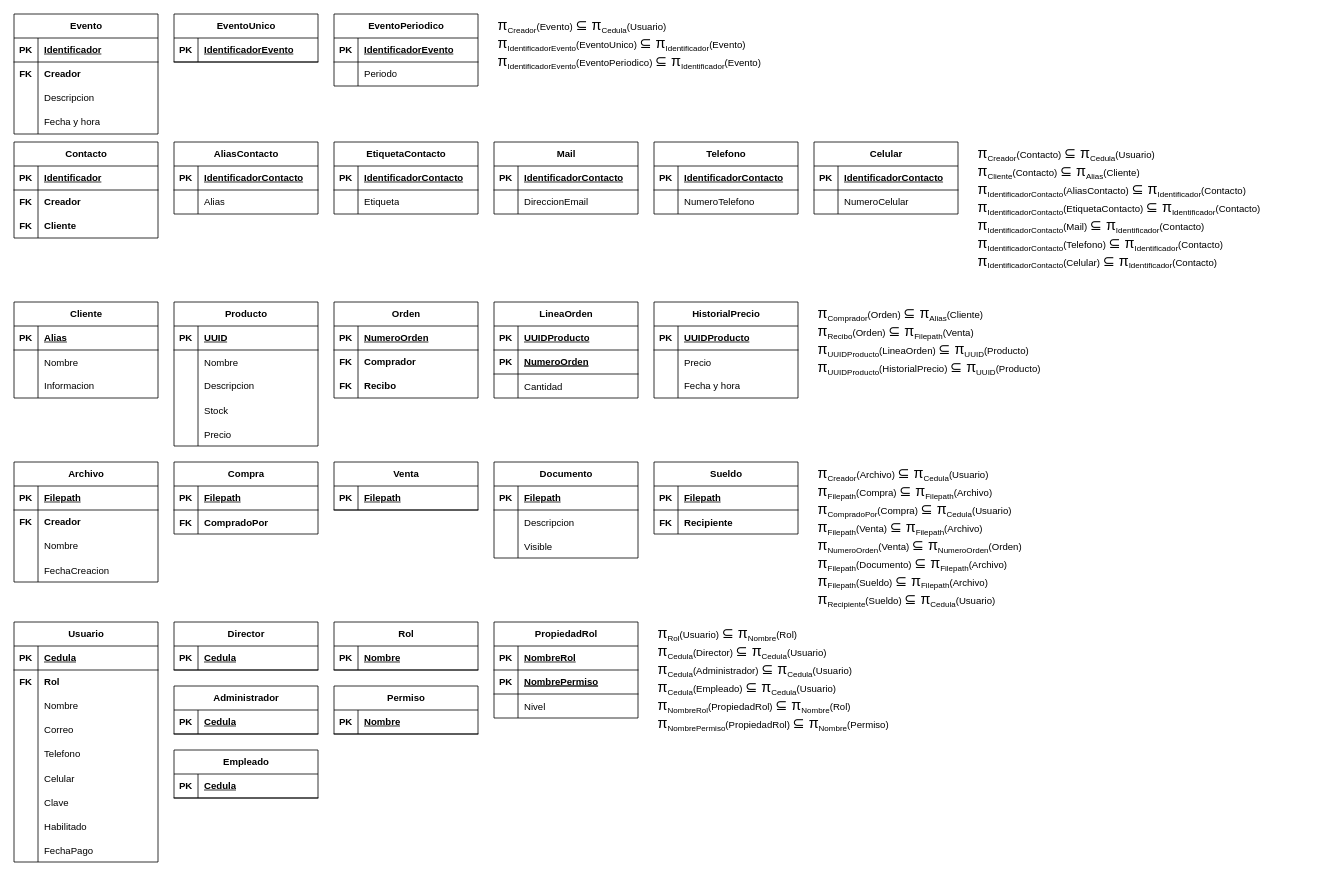
Above: page "MR" (2 of 3) of LBBAS.drawio in Luningor/administracion-empresa (draw.io), before the change. Source tidied: cells renumbered, new cells numbered last; positions are measured from the earlier drawing's top-left corner, leaving out a move shared by most shapes. Both pictures are drawn from the tidied source at 80%, with x=0, y=0 at pixel (14, 14).
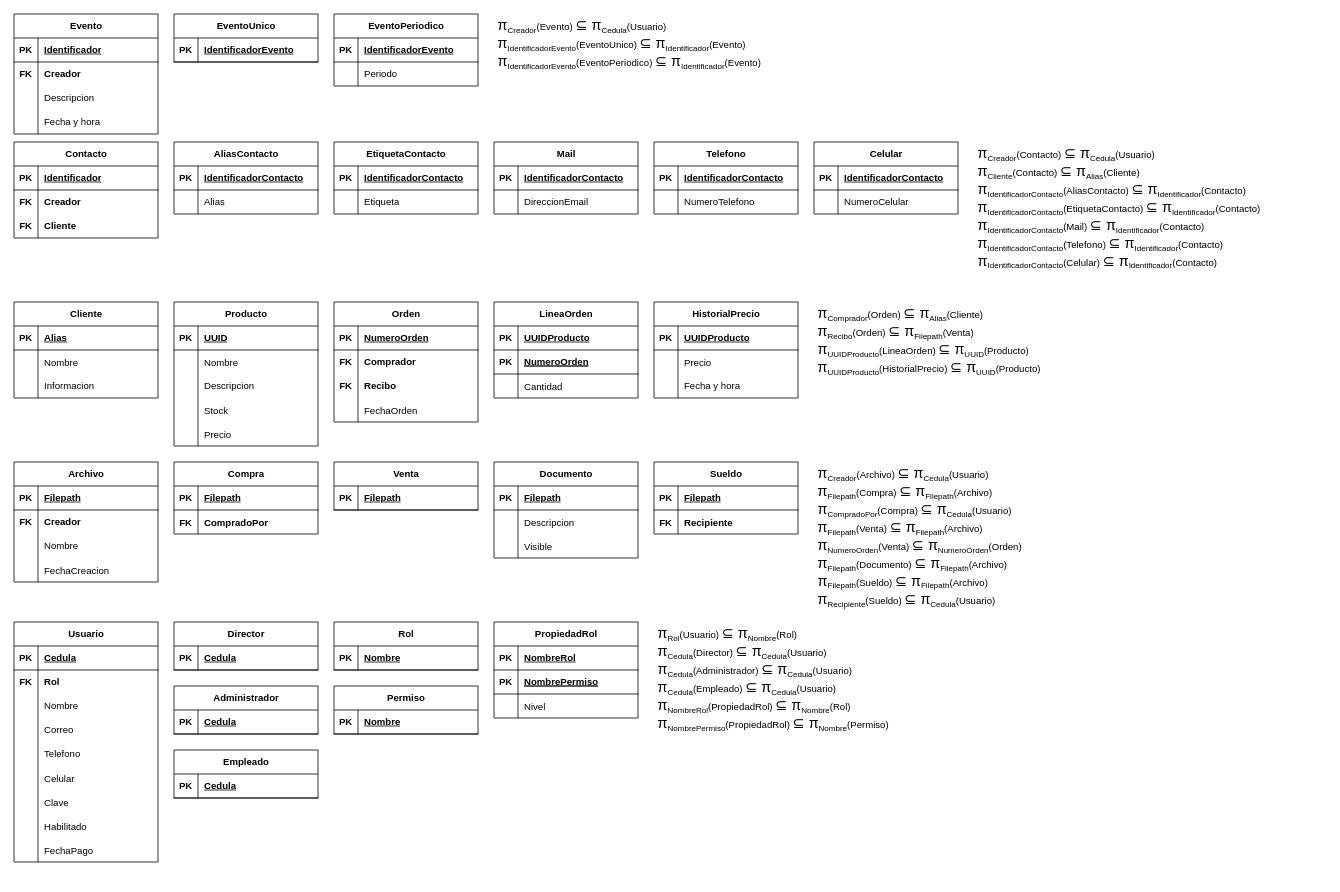
The same page after the edit.

The edit, as a diff of the source:
```diff
@@
     <mxCell id="77" value="Orden" style="shape=table;startSize=30;childLayout=tableLayout;rowLines=0;fontStyle=1;align=center;html=1;" parent="1" vertex="1">
-      <mxGeometry x="400" y="360" width="180" height="120" as="geometry" />
+      <mxGeometry x="400" y="360" width="180" height="150" as="geometry" />
     </mxCell>
@@
+    <mxCell id="233" style="shape=tableRow;horizontal=0;startSize=0;swimlaneHead=0;swimlaneBody=0;fillColor=none;top=0;left=0;right=0;bottom=0;" parent="77" vertex="1">
+      <mxGeometry y="120" width="180" height="30" as="geometry" />
+    </mxCell>
+    <mxCell id="234" style="shape=partialRectangle;fillColor=none;top=0;left=0;bottom=0;right=0;overflow=hidden;" parent="233" vertex="1">
+      <mxGeometry width="30" height="30" as="geometry" />
+    </mxCell>
+    <mxCell id="235" value="FechaOrden" style="shape=partialRectangle;fillColor=none;top=0;left=0;bottom=0;right=0;align=left;spacingLeft=6;overflow=hidden;" parent="233" vertex="1">
+      <mxGeometry x="30" width="150" height="30" as="geometry" />
+    </mxCell>
```
